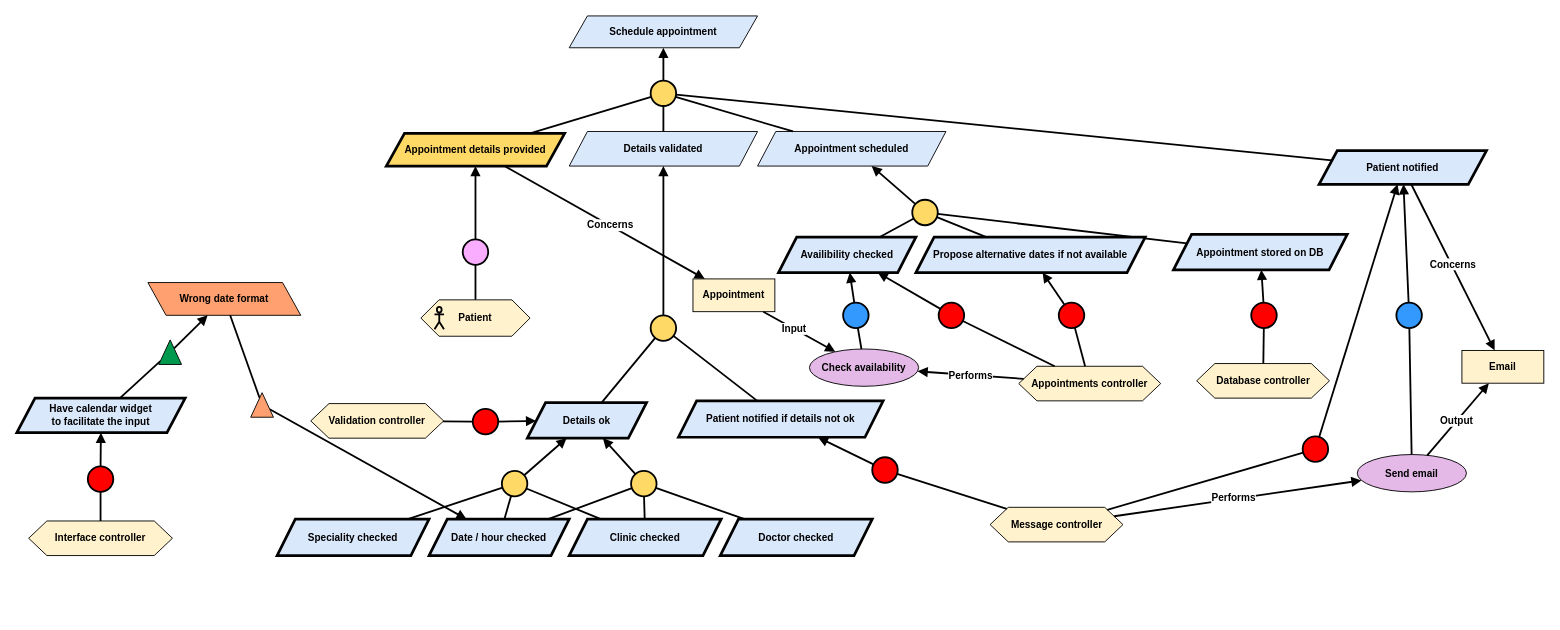
Above: Kaos/KAOS 3.drawio in RafaelCMira/myclinic-msp-project (draw.io), before the change. Source tidied: cells renumbered, new cells numbered last; positions are measured from the earlier drawing's top-left corner, leaving out a move shared by most shapes. Both pictures are drawn from the tidied source at 91%, with x=0, y=0 at pixel (16, 15).
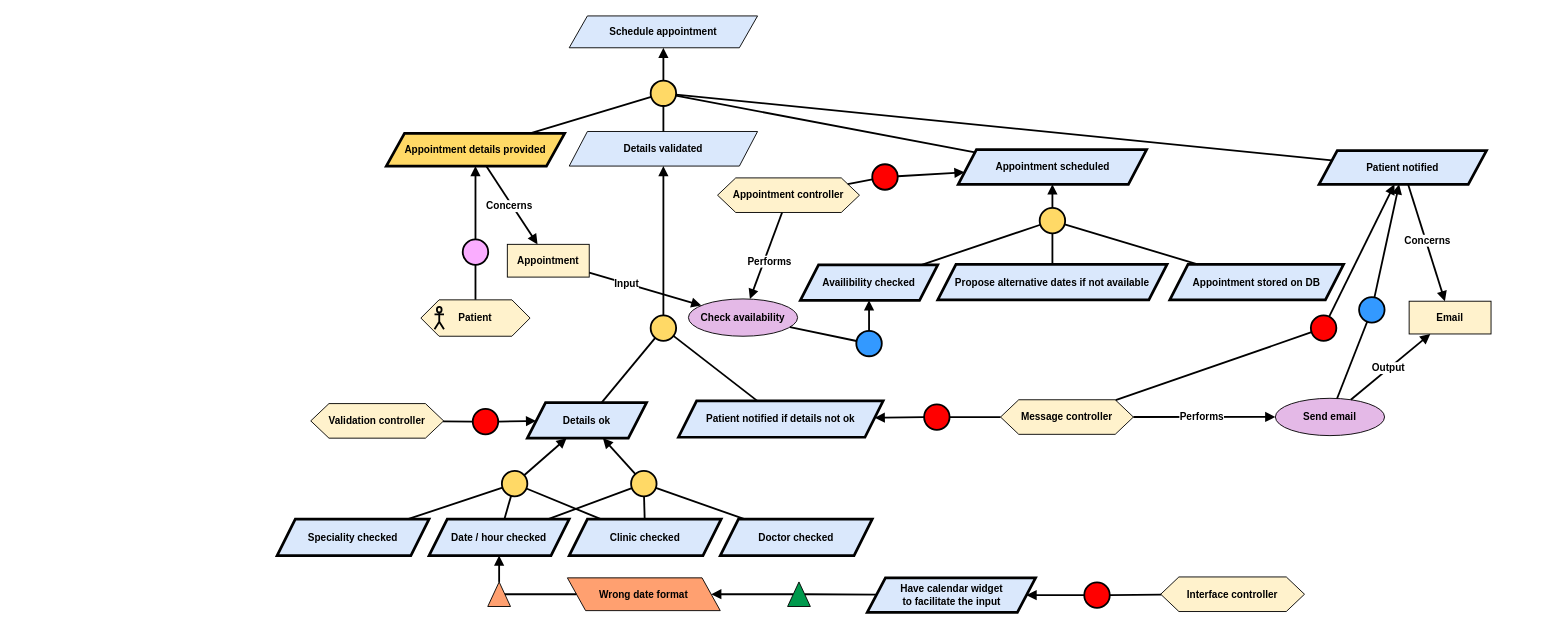
The same page after the edit.

Unchanged cells that the change refers to:
```xml
<mxCell id="79" style="endArrow=block;html=1;rounded=0;endFill=1;strokeWidth=2;" parent="1" edge="1" source="78" target="75">
  <mxGeometry relative="1" as="geometry" />
</mxCell>
```

Change to the diagram source:
```diff
@@
     <mxCell id="2" value="Wrong date format" style="shape=parallelogram;perimeter=parallelogramPerimeter;whiteSpace=wrap;html=1;fixedSize=1;fillColor=#FFA070;fontStyle=1;fontFamily=Helvetica;fontSize=11;fontColor=default;labelBackgroundColor=none;flipH=1;flipV=0;" parent="1" vertex="1">
-      <mxGeometry x="144" y="293" width="168" height="36" as="geometry" />
+      <mxGeometry x="605" y="617.5" width="168" height="36" as="geometry" />
     </mxCell>
     <mxCell id="3" value="&lt;b&gt;Have calendar widget&lt;br&gt;to facilitate the input&lt;/b&gt;" style="shape=parallelogram;perimeter=parallelogramPerimeter;whiteSpace=wrap;html=1;fixedSize=1;fillColor=#dae8fc;strokeColor=#000000;fontFamily=Helvetica;fontSize=11;fontColor=default;labelBackgroundColor=none;strokeWidth=3;" parent="1" vertex="1">
-      <mxGeometry y="420" width="185" height="38" as="geometry" />
+      <mxGeometry x="934.5" y="617.5" width="185" height="38" as="geometry" />
     </mxCell>
     <mxCell id="4" value="&lt;div&gt;&lt;b&gt;Interface controller&lt;/b&gt;&lt;/div&gt;" style="shape=hexagon;perimeter=hexagonPerimeter2;whiteSpace=wrap;html=1;fixedSize=1;fillColor=#FFF2CC;fontFamily=Helvetica;fontSize=11;fontColor=default;labelBackgroundColor=none;" parent="1" vertex="1">
-      <mxGeometry x="13" y="555" width="158" height="38" as="geometry" />
+      <mxGeometry x="1257" y="616.5" width="158" height="38" as="geometry" />
     </mxCell>
     <mxCell id="5" style="ellipse;whiteSpace=wrap;html=1;fillColor=#FF0000;strokeWidth=2;" parent="1" vertex="1">
-      <mxGeometry x="78" y="495" width="28" height="28" as="geometry" />
+      <mxGeometry x="1173" y="622.5" width="28" height="28" as="geometry" />
     </mxCell>
@@
     <mxCell id="10" style="triangle;whiteSpace=wrap;html=1;rotation=-90;fillColor=#00994D;" parent="1" vertex="1">
-      <mxGeometry x="155" y="357" width="27" height="25" as="geometry" />
+      <mxGeometry x="846" y="623" width="27" height="25" as="geometry" />
     </mxCell>
@@
     <mxCell id="44" value="&lt;div&gt;&lt;b&gt;Message controller&lt;/b&gt;&lt;/div&gt;" style="shape=hexagon;perimeter=hexagonPerimeter2;whiteSpace=wrap;html=1;fixedSize=1;fillColor=#FFF2CC;fontFamily=Helvetica;fontSize=11;fontColor=default;labelBackgroundColor=none;" parent="1" vertex="1">
-      <mxGeometry x="1069.5" y="540" width="146" height="38" as="geometry" />
+      <mxGeometry x="1081" y="421.8" width="146" height="38" as="geometry" />
     </mxCell>
     <mxCell id="45" style="ellipse;whiteSpace=wrap;html=1;fillColor=#FF0000;strokeWidth=2;" parent="1" vertex="1">
-      <mxGeometry x="940" y="485" width="28" height="28" as="geometry" />
+      <mxGeometry x="997" y="426.8" width="28" height="28" as="geometry" />
     </mxCell>
@@
-    <mxCell id="49" value="&lt;b&gt;Appointment scheduled&lt;/b&gt;" style="shape=parallelogram;perimeter=parallelogramPerimeter;whiteSpace=wrap;html=1;fixedSize=1;fillColor=#dae8fc;strokeColor=#000000;fontFamily=Helvetica;fontSize=11;fontColor=default;labelBackgroundColor=none;" parent="1" vertex="1">
-      <mxGeometry x="814" y="127" width="207" height="38" as="geometry" />
+    <mxCell id="49" value="&lt;b&gt;Appointment scheduled&lt;/b&gt;" style="shape=parallelogram;perimeter=parallelogramPerimeter;whiteSpace=wrap;html=1;fixedSize=1;fillColor=#dae8fc;strokeColor=#000000;fontFamily=Helvetica;fontSize=11;fontColor=default;labelBackgroundColor=none;strokeWidth=3;" parent="1" vertex="1">
+      <mxGeometry x="1034.5" y="147" width="207" height="38" as="geometry" />
     </mxCell>
     <mxCell id="50" value="&lt;b&gt;Availibility checked&lt;/b&gt;" style="shape=parallelogram;perimeter=parallelogramPerimeter;whiteSpace=wrap;html=1;fixedSize=1;fillColor=#dae8fc;strokeColor=#000000;strokeWidth=3;fontFamily=Helvetica;fontSize=11;fontColor=default;labelBackgroundColor=none;" parent="1" vertex="1">
-      <mxGeometry x="837" y="243" width="151" height="39" as="geometry" />
+      <mxGeometry x="861" y="273.5" width="151" height="39" as="geometry" />
     </mxCell>
     <mxCell id="51" style="ellipse;whiteSpace=wrap;html=1;fillColor=#FFD966;strokeWidth=2;" parent="1" vertex="1">
-      <mxGeometry x="984" y="202" width="28" height="28" as="geometry" />
+      <mxGeometry x="1124" y="211" width="28" height="28" as="geometry" />
     </mxCell>
@@
-    <mxCell id="54" value="&lt;div&gt;&lt;b&gt;Appointments controller&lt;/b&gt;&lt;/div&gt;" style="shape=hexagon;perimeter=hexagonPerimeter2;whiteSpace=wrap;html=1;fixedSize=1;fillColor=#FFF2CC;fontFamily=Helvetica;fontSize=11;fontColor=default;labelBackgroundColor=none;" parent="1" vertex="1">
-      <mxGeometry x="1101" y="385" width="156" height="38" as="geometry" />
+    <mxCell id="54" value="&lt;div&gt;&lt;b&gt;Appointment controller&lt;/b&gt;&lt;/div&gt;" style="shape=hexagon;perimeter=hexagonPerimeter2;whiteSpace=wrap;html=1;fixedSize=1;fillColor=#FFF2CC;fontFamily=Helvetica;fontSize=11;fontColor=default;labelBackgroundColor=none;" parent="1" vertex="1">
+      <mxGeometry x="770" y="178" width="156" height="38" as="geometry" />
     </mxCell>
-    <mxCell id="55" style="ellipse;whiteSpace=wrap;html=1;fillColor=#FF0000;strokeWidth=2;" parent="1" vertex="1">
-      <mxGeometry x="1013" y="315" width="28" height="28" as="geometry" />
-    </mxCell>
-    <mxCell id="56" style="endArrow=block;html=1;rounded=0;endFill=1;strokeWidth=2;" parent="1" edge="1" source="55" target="50">
-      <mxGeometry relative="1" as="geometry" />
-    </mxCell>
-    <mxCell id="57" style="endArrow=none;html=1;rounded=0;strokeWidth=2;" parent="1" edge="1" source="54" target="55">
-      <mxGeometry relative="1" as="geometry" />
-    </mxCell>
     <mxCell id="58" value="&lt;b&gt;Appointment stored on DB&lt;/b&gt;" style="shape=parallelogram;perimeter=parallelogramPerimeter;whiteSpace=wrap;html=1;fixedSize=1;fillColor=#dae8fc;strokeColor=#000000;strokeWidth=3;fontFamily=Helvetica;fontSize=11;fontColor=default;labelBackgroundColor=none;" parent="1" vertex="1">
-      <mxGeometry x="1271" y="240" width="191" height="39" as="geometry" />
+      <mxGeometry x="1267" y="273" width="191" height="39" as="geometry" />
     </mxCell>
-    <mxCell id="59" style="ellipse;whiteSpace=wrap;html=1;fillColor=#FF0000;strokeWidth=2;" parent="1" vertex="1">
-      <mxGeometry x="1356.5" y="315" width="28" height="28" as="geometry" />
-    </mxCell>
-    <mxCell id="60" style="endArrow=block;html=1;rounded=0;endFill=1;strokeWidth=2;" parent="1" edge="1" source="59" target="58">
-      <mxGeometry relative="1" as="geometry" />
-    </mxCell>
-    <mxCell id="61" style="endArrow=none;html=1;rounded=0;strokeWidth=2;" parent="1" edge="1" source="62" target="59">
-      <mxGeometry relative="1" as="geometry" />
-    </mxCell>
-    <mxCell id="62" value="&lt;div&gt;&lt;b&gt;Database controller&lt;/b&gt;&lt;/div&gt;" style="shape=hexagon;perimeter=hexagonPerimeter2;whiteSpace=wrap;html=1;fixedSize=1;fillColor=#FFF2CC;fontFamily=Helvetica;fontSize=11;fontColor=default;labelBackgroundColor=none;" parent="1" vertex="1">
-      <mxGeometry x="1296.5" y="382" width="146" height="38" as="geometry" />
-    </mxCell>
@@
     <mxCell id="67" value="&lt;b&gt;Propose alternative dates if not available&lt;/b&gt;" style="shape=parallelogram;perimeter=parallelogramPerimeter;whiteSpace=wrap;html=1;fixedSize=1;fillColor=#dae8fc;strokeColor=#000000;strokeWidth=3;fontFamily=Helvetica;fontSize=11;fontColor=default;labelBackgroundColor=none;" parent="1" vertex="1">
-      <mxGeometry x="988" y="243" width="252" height="39" as="geometry" />
+      <mxGeometry x="1012" y="273" width="252" height="39" as="geometry" />
     </mxCell>
@@
     <mxCell id="69" style="ellipse;whiteSpace=wrap;html=1;fillColor=#FF0000;strokeWidth=2;" parent="1" vertex="1">
-      <mxGeometry x="1413" y="462" width="28" height="28" as="geometry" />
+      <mxGeometry x="1422" y="329" width="28" height="28" as="geometry" />
     </mxCell>
@@
     <mxCell id="72" style="ellipse;whiteSpace=wrap;html=1;fillColor=#FF0000;strokeWidth=2;" parent="1" vertex="1">
-      <mxGeometry x="1145" y="315" width="28" height="28" as="geometry" />
+      <mxGeometry x="940" y="163" width="28" height="28" as="geometry" />
     </mxCell>
-    <mxCell id="73" style="endArrow=block;html=1;rounded=0;endFill=1;strokeWidth=2;" parent="1" edge="1" source="72" target="67">
+    <mxCell id="73" style="endArrow=block;html=1;rounded=0;endFill=1;strokeWidth=2;" parent="1" edge="1" source="72" target="49">
       <mxGeometry relative="1" as="geometry" />
     </mxCell>
@@
     <mxCell id="75" value="&lt;b&gt;Check availability&lt;/b&gt;" style="ellipse;whiteSpace=wrap;html=1;fillColor=#E4B9E7;strokeColor=#000000;fontFamily=Helvetica;fontSize=11;fontColor=default;labelBackgroundColor=none;" parent="1" vertex="1">
-      <mxGeometry x="871" y="366" width="120" height="41" as="geometry" />
+      <mxGeometry x="738" y="311" width="120" height="41" as="geometry" />
     </mxCell>
@@
     <mxCell id="78" value="&lt;b&gt;Appointment&lt;/b&gt;" style="rounded=0;whiteSpace=wrap;html=1;fillColor=#FFF2CC;fontFamily=Helvetica;fontSize=11;fontColor=default;labelBackgroundColor=none;" parent="1" vertex="1">
-      <mxGeometry x="743" y="289" width="90" height="36" as="geometry" />
+      <mxGeometry x="539" y="251" width="90" height="36" as="geometry" />
     </mxCell>
@@
     <mxCell id="80" value="&lt;b&gt;Input&lt;/b&gt;" style="edgeLabel;html=1;align=center;verticalAlign=middle;" parent="79" vertex="1">
       <mxGeometry x="0.11" y="-1" relative="1" as="geometry">
-        <mxPoint x="-10" y="-7" as="offset" />
+        <mxPoint x="-27" y="-10" as="offset" />
       </mxGeometry>
     </mxCell>
@@
     <mxCell id="83" style="ellipse;whiteSpace=wrap;html=1;fillColor=#3399FF;strokeWidth=2;" parent="1" vertex="1">
-      <mxGeometry x="908" y="315" width="28" height="28" as="geometry" />
+      <mxGeometry x="922.5" y="346" width="28" height="28" as="geometry" />
     </mxCell>
@@
     <mxCell id="86" value="&lt;b&gt;Email&lt;/b&gt;" style="rounded=0;whiteSpace=wrap;html=1;fillColor=#FFF2CC;fontFamily=Helvetica;fontSize=11;fontColor=default;labelBackgroundColor=none;" parent="1" vertex="1">
-      <mxGeometry x="1588" y="367.6" width="90" height="36" as="geometry" />
+      <mxGeometry x="1530" y="313.5" width="90" height="36" as="geometry" />
     </mxCell>
@@
     <mxCell id="89" value="&lt;b&gt;Send email&lt;/b&gt;" style="ellipse;whiteSpace=wrap;html=1;fillColor=#E4B9E7;strokeColor=#000000;fontFamily=Helvetica;fontSize=11;fontColor=default;labelBackgroundColor=none;" parent="1" vertex="1">
-      <mxGeometry x="1473" y="482" width="120" height="41" as="geometry" />
+      <mxGeometry x="1383" y="420.2" width="120" height="41" as="geometry" />
     </mxCell>
@@
     <mxCell id="92" style="ellipse;whiteSpace=wrap;html=1;fillColor=#3399FF;strokeWidth=2;" parent="1" vertex="1">
-      <mxGeometry x="1516" y="315" width="28" height="28" as="geometry" />
+      <mxGeometry x="1475" y="309" width="28" height="28" as="geometry" />
     </mxCell>
@@
     <mxCell id="102" style="triangle;whiteSpace=wrap;html=1;rotation=-90;fillColor=#FFA070;" parent="1" vertex="1">
-      <mxGeometry x="256" y="415" width="27" height="25" as="geometry" />
+      <mxGeometry x="516.5" y="623" width="27" height="25" as="geometry" />
     </mxCell>
```
